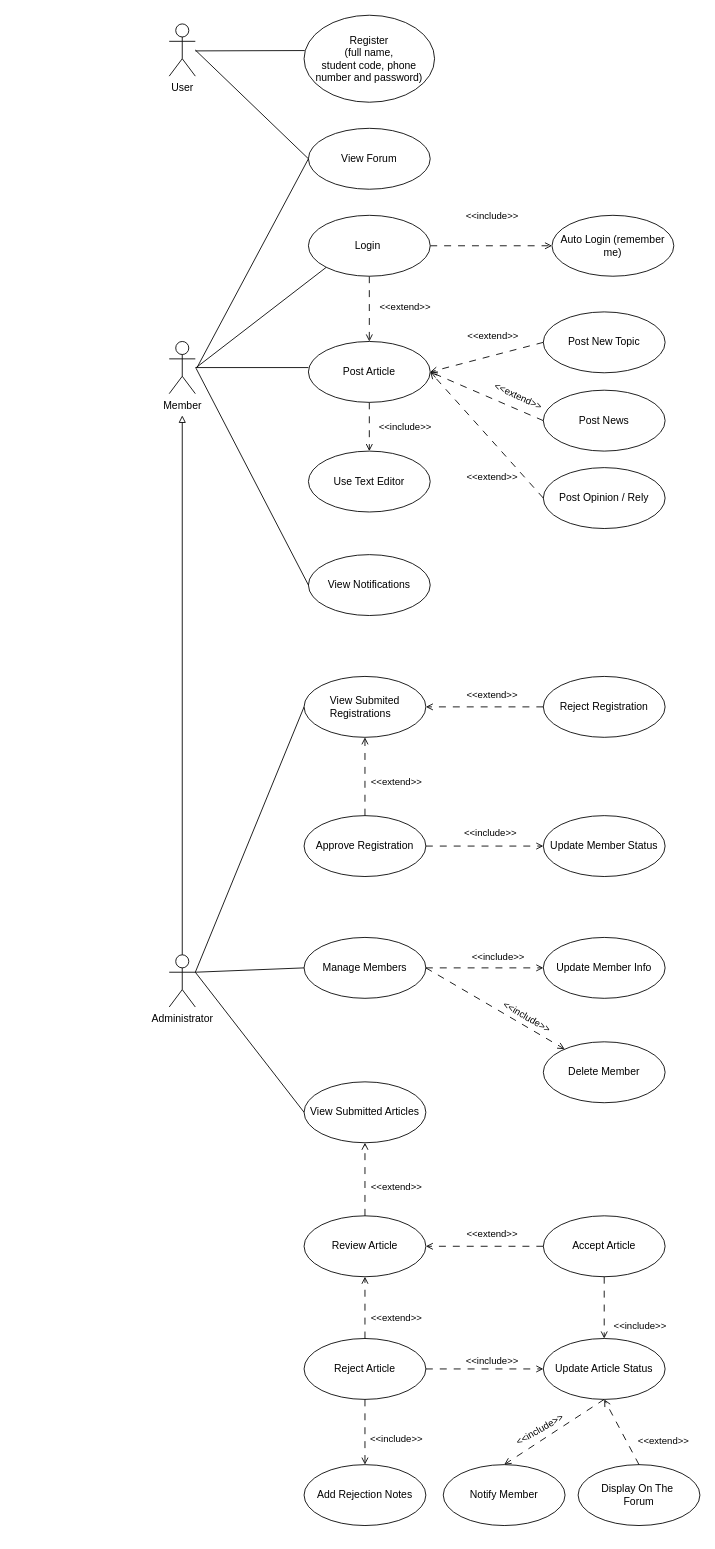
The draw.io diagram Lab1_UseCase_diagram.drawio in zombieTDV/Software-Engineer-Team1-Repo, before the edit. Source tidied: cells renumbered, new cells numbered last; positions are measured from the earlier drawing's top-left corner, leaving out a move shared by most shapes. Both pictures are drawn from the tidied source at 87%, with x=0, y=0 at pixel (169, 15).
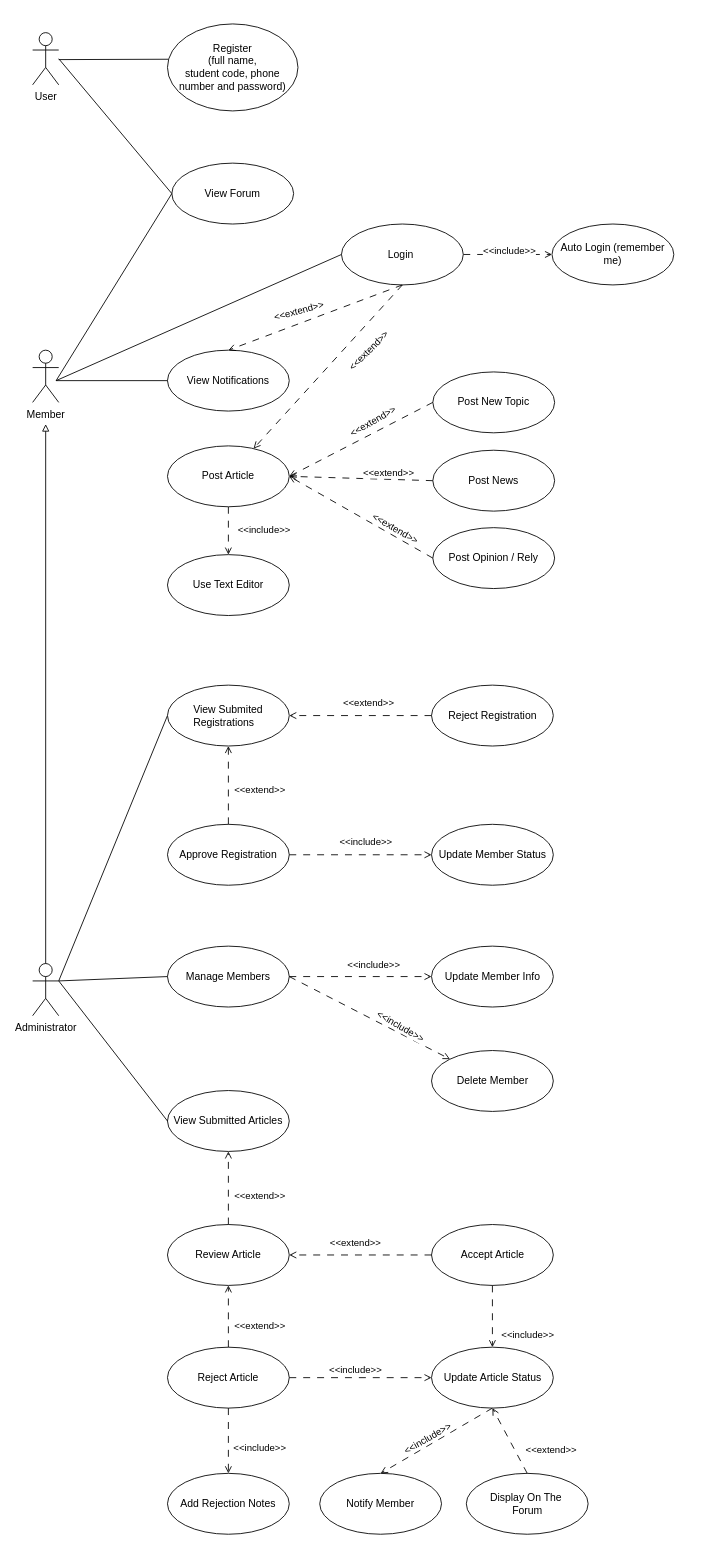
After the change.

Commit message (it also covers changes not shown here):
-Fix: Cần phải Login trước khi có thể View Notifications.

The edit, as a diff of the source:
```diff
@@
     <mxCell id="2" value="User" style="shape=umlActor;verticalLabelPosition=bottom;verticalAlign=top;html=1;" parent="1" vertex="1">
-      <mxGeometry y="10" width="30" height="60" as="geometry" />
+      <mxGeometry x="-157" y="20" width="30" height="60" as="geometry" />
     </mxCell>
     <mxCell id="3" value="View Forum" style="ellipse;whiteSpace=wrap;html=1;" parent="1" vertex="1">
-      <mxGeometry x="160" y="130" width="140" height="70" as="geometry" />
+      <mxGeometry x="3" y="170" width="140" height="70" as="geometry" />
     </mxCell>
     <mxCell id="4" value="Member" style="shape=umlActor;verticalLabelPosition=bottom;verticalAlign=top;html=1;" parent="1" vertex="1">
-      <mxGeometry y="375" width="30" height="60" as="geometry" />
+      <mxGeometry x="-157" y="385" width="30" height="60" as="geometry" />
     </mxCell>
@@
     <mxCell id="7" value="Post Article" style="ellipse;whiteSpace=wrap;html=1;" parent="1" vertex="1">
-      <mxGeometry x="160" y="375" width="140" height="70" as="geometry" />
+      <mxGeometry x="-2" y="495" width="140" height="70" as="geometry" />
     </mxCell>
-    <mxCell id="8" style="line;strokeWidth=1;fillColor=none;align=left;verticalAlign=middle;spacingTop=-1;spacingLeft=3;spacingRight=3;labelPosition=right;points=[];portConstraint=eastwest;strokeColor=inherit;" parent="1" vertex="1">
-      <mxGeometry x="30" y="401" width="130" height="8" as="geometry" />
-    </mxCell>
-    <mxCell id="9" style="rounded=0;jettySize=auto;html=1;endArrow=open;endFill=0;dashed=1;dashPattern=8 8;" parent="1" edge="1" source="12" target="7">
+    <mxCell id="9" style="rounded=0;jettySize=auto;html=1;endArrow=open;endFill=0;dashed=1;dashPattern=8 8;exitX=0.5;exitY=1;exitDx=0;exitDy=0;" parent="1" edge="1" source="12" target="7">
       <mxGeometry relative="1" as="geometry" />
     </mxCell>
-    <mxCell id="10" value="&amp;lt;&amp;lt;extend&amp;gt;&amp;gt;" style="edgeLabel;html=1;align=center;verticalAlign=middle;" parent="9" vertex="1">
+    <mxCell id="10" value="&amp;lt;&amp;lt;extend&amp;gt;&amp;gt;" style="edgeLabel;html=1;align=center;verticalAlign=middle;rotation=-45;" parent="9" vertex="1">
       <mxGeometry x="-0.36" y="1" relative="1" as="geometry">
-        <mxPoint x="39" y="10" as="offset" />
+        <mxPoint x="14" y="15" as="offset" />
       </mxGeometry>
     </mxCell>
@@
     <mxCell id="12" value="Login&amp;nbsp;" style="ellipse;whiteSpace=wrap;html=1;" parent="1" vertex="1">
-      <mxGeometry x="160" y="230" width="140" height="70" as="geometry" />
+      <mxGeometry x="198" y="240" width="140" height="70" as="geometry" />
     </mxCell>
     <mxCell id="13" value="Use Text Editor" style="ellipse;whiteSpace=wrap;html=1;" parent="1" vertex="1">
-      <mxGeometry x="160" y="501" width="140" height="70" as="geometry" />
+      <mxGeometry x="-2" y="620" width="140" height="70" as="geometry" />
     </mxCell>
     <mxCell id="14" value="Administrator" style="shape=umlActor;verticalLabelPosition=bottom;verticalAlign=top;html=1;" parent="1" vertex="1">
-      <mxGeometry y="1080" width="30" height="60" as="geometry" />
+      <mxGeometry x="-157" y="1090" width="30" height="60" as="geometry" />
     </mxCell>
     <mxCell id="15" value="View Submitted Articles" style="ellipse;whiteSpace=wrap;html=1;" parent="1" vertex="1">
-      <mxGeometry x="155" y="1226" width="140" height="70" as="geometry" />
+      <mxGeometry x="-2" y="1236" width="140" height="70" as="geometry" />
     </mxCell>
     <mxCell id="16" value="Update Member Status" style="ellipse;whiteSpace=wrap;html=1;" parent="1" vertex="1">
-      <mxGeometry x="430" y="920" width="140" height="70" as="geometry" />
+      <mxGeometry x="301.5" y="930" width="140" height="70" as="geometry" />
     </mxCell>
     <mxCell id="17" value="Register&lt;div&gt;(full name, &lt;br/&gt;student code, phone number and password)&lt;/div&gt;" style="ellipse;whiteSpace=wrap;html=1;" parent="1" vertex="1">
-      <mxGeometry x="155" width="150" height="100" as="geometry" />
+      <mxGeometry x="-2" y="10" width="150" height="100" as="geometry" />
     </mxCell>
     <mxCell id="18" style="endArrow=none;html=1;rounded=0;entryX=0.005;entryY=0.406;entryDx=0;entryDy=0;entryPerimeter=0;" parent="1" edge="1" target="17">
       <mxGeometry relative="1" as="geometry">
-        <mxPoint x="30" y="41" as="sourcePoint" />
+        <mxPoint x="-127" y="51" as="sourcePoint" />
       </mxGeometry>
     </mxCell>
-    <mxCell id="19" style="endArrow=none;html=1;rounded=0;entryX=0;entryY=1;entryDx=0;entryDy=0;" parent="1" edge="1" target="12">
+    <mxCell id="19" style="endArrow=none;html=1;rounded=0;entryX=0;entryY=0.5;entryDx=0;entryDy=0;" parent="1" edge="1" target="12">
       <mxGeometry relative="1" as="geometry">
-        <mxPoint x="31" y="405" as="sourcePoint" />
+        <mxPoint x="-130" y="420" as="sourcePoint" />
       </mxGeometry>
     </mxCell>
     <mxCell id="20" value="Auto Login (remember me)" style="ellipse;whiteSpace=wrap;html=1;" parent="1" vertex="1">
-      <mxGeometry x="440" y="230" width="140" height="70" as="geometry" />
+      <mxGeometry x="440" y="240" width="140" height="70" as="geometry" />
     </mxCell>
     <mxCell id="21" value="&amp;lt;&amp;lt;include&amp;gt;&amp;gt;" style="edgeLabel;html=1;align=center;verticalAlign=middle;" parent="1" vertex="1">
-      <mxGeometry x="370" y="230" as="geometry" />
+      <mxGeometry x="390" y="270" as="geometry" />
     </mxCell>
     <mxCell id="22" value="Post New Topic" style="ellipse;whiteSpace=wrap;html=1;" parent="1" vertex="1">
-      <mxGeometry x="430" y="341" width="140" height="70" as="geometry" />
+      <mxGeometry x="303" y="410" width="140" height="70" as="geometry" />
     </mxCell>
     <mxCell id="23" value="Post News" style="ellipse;whiteSpace=wrap;html=1;" parent="1" vertex="1">
-      <mxGeometry x="430" y="431" width="140" height="70" as="geometry" />
+      <mxGeometry x="303" y="500" width="140" height="70" as="geometry" />
     </mxCell>
     <mxCell id="24" value="Post Opinion / Rely" style="ellipse;whiteSpace=wrap;html=1;" parent="1" vertex="1">
-      <mxGeometry x="430" y="520" width="140" height="70" as="geometry" />
+      <mxGeometry x="303" y="589" width="140" height="70" as="geometry" />
     </mxCell>
@@
-    <mxCell id="28" value="&amp;lt;&amp;lt;extend&amp;gt;&amp;gt;" style="edgeLabel;html=1;align=center;verticalAlign=middle;rotation=0;" parent="1" vertex="1">
-      <mxGeometry x="370" y="360" as="geometry">
+    <mxCell id="28" value="&amp;lt;&amp;lt;extend&amp;gt;&amp;gt;" style="edgeLabel;html=1;align=center;verticalAlign=middle;rotation=-30;" parent="1" vertex="1">
+      <mxGeometry x="228" y="460" as="geometry">
         <mxPoint x="1.4" y="8.5" as="offset" />
       </mxGeometry>
     </mxCell>
-    <mxCell id="29" value="&amp;lt;&amp;lt;extend&amp;gt;&amp;gt;" style="edgeLabel;html=1;align=center;verticalAlign=middle;rotation=0;" parent="1" vertex="1">
-      <mxGeometry x="370" y="530" as="geometry" />
+    <mxCell id="29" value="&amp;lt;&amp;lt;extend&amp;gt;&amp;gt;" style="edgeLabel;html=1;align=center;verticalAlign=middle;rotation=30;" parent="1" vertex="1">
+      <mxGeometry x="260" y="589" as="geometry" />
     </mxCell>
-    <mxCell id="30" value="&amp;lt;&amp;lt;extend&amp;gt;&amp;gt;" style="edgeLabel;html=1;align=center;verticalAlign=middle;rotation=25;" parent="1" vertex="1">
-      <mxGeometry x="400" y="420" as="geometry">
+    <mxCell id="30" value="&amp;lt;&amp;lt;extend&amp;gt;&amp;gt;" style="edgeLabel;html=1;align=center;verticalAlign=middle;rotation=0;" parent="1" vertex="1">
+      <mxGeometry x="243" y="510" as="geometry">
         <mxPoint x="8.5" y="15.3" as="offset" />
       </mxGeometry>
     </mxCell>
-    <mxCell id="31" style="endArrow=none;html=1;rounded=0;entryX=0;entryY=0.5;entryDx=0;entryDy=0;exitX=0.014;exitY=0.533;exitDx=0;exitDy=0;exitPerimeter=0;" parent="1" edge="1" source="8" target="3">
-      <mxGeometry relative="1" as="geometry" />
+    <mxCell id="31" style="endArrow=none;html=1;rounded=0;entryX=0;entryY=0.5;entryDx=0;entryDy=0;" parent="1" edge="1" target="3">
+      <mxGeometry relative="1" as="geometry">
+        <mxPoint x="-130" y="420" as="sourcePoint" />
+      </mxGeometry>
     </mxCell>
     <mxCell id="32" style="endArrow=none;html=1;rounded=0;entryX=0;entryY=0.5;entryDx=0;entryDy=0;" parent="1" edge="1" target="3">
       <mxGeometry relative="1" as="geometry">
-        <mxPoint x="30" y="40" as="sourcePoint" />
+        <mxPoint x="-127" y="50" as="sourcePoint" />
       </mxGeometry>
     </mxCell>
     <mxCell id="33" value="View Notifications" style="ellipse;whiteSpace=wrap;html=1;" parent="1" vertex="1">
-      <mxGeometry x="160" y="620" width="140" height="70" as="geometry" />
+      <mxGeometry x="-2" y="385" width="140" height="70" as="geometry" />
     </mxCell>
-    <mxCell id="34" style="endArrow=none;html=1;rounded=0;entryX=0;entryY=0.5;entryDx=0;entryDy=0;exitX=0.006;exitY=0.586;exitDx=0;exitDy=0;exitPerimeter=0;" parent="1" edge="1" source="8" target="33">
-      <mxGeometry relative="1" as="geometry" />
-    </mxCell>
     <mxCell id="35" style="endArrow=block;html=1;rounded=0;exitX=0.5;exitY=0;exitDx=0;exitDy=0;exitPerimeter=0;endFill=0;" parent="1" edge="1" source="14">
       <mxGeometry relative="1" as="geometry">
-        <mxPoint x="15" y="460" as="targetPoint" />
+        <mxPoint x="-142" y="470" as="targetPoint" />
       </mxGeometry>
     </mxCell>
     <mxCell id="36" value="Approve Registration" style="ellipse;whiteSpace=wrap;html=1;" parent="1" vertex="1">
-      <mxGeometry x="155" y="920" width="140" height="70" as="geometry" />
+      <mxGeometry x="-2" y="930" width="140" height="70" as="geometry" />
     </mxCell>
     <mxCell id="37" value="Reject Registration" style="ellipse;whiteSpace=wrap;html=1;" parent="1" vertex="1">
-      <mxGeometry x="430" y="760" width="140" height="70" as="geometry" />
+      <mxGeometry x="301.5" y="770" width="140" height="70" as="geometry" />
     </mxCell>
@@
     <mxCell id="40" value="Delete Member" style="ellipse;whiteSpace=wrap;html=1;" parent="1" vertex="1">
-      <mxGeometry x="430" y="1180" width="140" height="70" as="geometry" />
+      <mxGeometry x="301.5" y="1190" width="140" height="70" as="geometry" />
     </mxCell>
     <mxCell id="41" value="Update Member Info" style="ellipse;whiteSpace=wrap;html=1;" parent="1" vertex="1">
-      <mxGeometry x="430" y="1060" width="140" height="70" as="geometry" />
+      <mxGeometry x="301.5" y="1070" width="140" height="70" as="geometry" />
     </mxCell>
     <mxCell id="42" value="Manage Members" style="ellipse;whiteSpace=wrap;html=1;" parent="1" vertex="1">
-      <mxGeometry x="155" y="1060" width="140" height="70" as="geometry" />
+      <mxGeometry x="-2" y="1070" width="140" height="70" as="geometry" />
     </mxCell>
@@
     <mxCell id="47" value="Review Article" style="ellipse;whiteSpace=wrap;html=1;" parent="1" vertex="1">
-      <mxGeometry x="155" y="1380" width="140" height="70" as="geometry" />
+      <mxGeometry x="-2" y="1390" width="140" height="70" as="geometry" />
     </mxCell>
     <mxCell id="48" value="Accept Article" style="ellipse;whiteSpace=wrap;html=1;" parent="1" vertex="1">
-      <mxGeometry x="430" y="1380" width="140" height="70" as="geometry" />
+      <mxGeometry x="301.5" y="1390" width="140" height="70" as="geometry" />
     </mxCell>
     <mxCell id="49" value="Reject Article" style="ellipse;whiteSpace=wrap;html=1;" parent="1" vertex="1">
-      <mxGeometry x="155" y="1521" width="140" height="70" as="geometry" />
+      <mxGeometry x="-2" y="1531" width="140" height="70" as="geometry" />
     </mxCell>
@@
     <mxCell id="52" value="&amp;lt;&amp;lt;extend&amp;gt;&amp;gt;" style="edgeLabel;html=1;align=center;verticalAlign=middle;rotation=0;" parent="1" vertex="1">
-      <mxGeometry x="370" y="1400" as="geometry" />
+      <mxGeometry x="213" y="1410" as="geometry" />
     </mxCell>
     <mxCell id="53" value="&amp;lt;&amp;lt;extend&amp;gt;&amp;gt;" style="edgeLabel;html=1;align=center;verticalAlign=middle;rotation=0;" parent="1" vertex="1">
-      <mxGeometry x="260" y="1496" as="geometry" />
+      <mxGeometry x="103" y="1506" as="geometry" />
     </mxCell>
     <mxCell id="54" value="Add Rejection Notes" style="ellipse;whiteSpace=wrap;html=1;" parent="1" vertex="1">
-      <mxGeometry x="155" y="1666" width="140" height="70" as="geometry" />
+      <mxGeometry x="-2" y="1676" width="140" height="70" as="geometry" />
     </mxCell>
@@
     <mxCell id="56" value="&amp;lt;&amp;lt;include&amp;gt;&amp;gt;" style="edgeLabel;html=1;align=center;verticalAlign=middle;" parent="1" vertex="1">
-      <mxGeometry x="260" y="1636" as="geometry" />
+      <mxGeometry x="103" y="1646" as="geometry" />
     </mxCell>
     <mxCell id="57" value="Notify Member" style="ellipse;whiteSpace=wrap;html=1;" parent="1" vertex="1">
-      <mxGeometry x="315" y="1666" width="140" height="70" as="geometry" />
+      <mxGeometry x="173" y="1676" width="140" height="70" as="geometry" />
     </mxCell>
     <mxCell id="58" value="Update Article Status" style="ellipse;whiteSpace=wrap;html=1;" parent="1" vertex="1">
-      <mxGeometry x="430" y="1521" width="140" height="70" as="geometry" />
+      <mxGeometry x="301.5" y="1531" width="140" height="70" as="geometry" />
     </mxCell>
@@
     <mxCell id="61" value="&amp;lt;&amp;lt;include&amp;gt;&amp;gt;" style="edgeLabel;html=1;align=center;verticalAlign=middle;rotation=0;" parent="1" vertex="1">
-      <mxGeometry x="370" y="1546" as="geometry" />
+      <mxGeometry x="213" y="1556" as="geometry" />
     </mxCell>
     <mxCell id="62" value="&amp;lt;&amp;lt;include&amp;gt;&amp;gt;" style="edgeLabel;html=1;align=center;verticalAlign=middle;" parent="1" vertex="1">
-      <mxGeometry x="540" y="1506" as="geometry" />
+      <mxGeometry x="411.5" y="1516" as="geometry" />
     </mxCell>
     <mxCell id="63" value="Display On The&amp;nbsp;&lt;div&gt;Forum&lt;/div&gt;" style="ellipse;whiteSpace=wrap;html=1;" parent="1" vertex="1">
-      <mxGeometry x="470" y="1666" width="140" height="70" as="geometry" />
+      <mxGeometry x="341.5" y="1676" width="140" height="70" as="geometry" />
     </mxCell>
     <mxCell id="64" value="&amp;lt;&amp;lt;extend&amp;gt;&amp;gt;" style="edgeLabel;html=1;align=center;verticalAlign=middle;" parent="1" vertex="1">
-      <mxGeometry x="555" y="1636" as="geometry">
+      <mxGeometry x="426.5" y="1646" as="geometry">
         <mxPoint x="12" y="2" as="offset" />
       </mxGeometry>
     </mxCell>
@@
     <mxCell id="67" value="&amp;lt;&amp;lt;include&amp;gt;&amp;gt;" style="edgeLabel;html=1;align=center;verticalAlign=middle;rotation=-30;" parent="1" vertex="1">
-      <mxGeometry x="425" y="1626" as="geometry" />
+      <mxGeometry x="296.5" y="1636" as="geometry" />
     </mxCell>
@@
     <mxCell id="71" value="&amp;lt;&amp;lt;extend&amp;gt;&amp;gt;" style="edgeLabel;html=1;align=center;verticalAlign=middle;rotation=0;" parent="1" vertex="1">
-      <mxGeometry x="260" y="1346" as="geometry" />
+      <mxGeometry x="103" y="1356" as="geometry" />
     </mxCell>
     <mxCell id="72" value="View Submited Registrations&lt;span style=&quot;white-space: pre;&quot;&gt;&#9;&lt;/span&gt;" style="ellipse;whiteSpace=wrap;html=1;" parent="1" vertex="1">
-      <mxGeometry x="155" y="760" width="140" height="70" as="geometry" />
+      <mxGeometry x="-2" y="770" width="140" height="70" as="geometry" />
     </mxCell>
@@
     <mxCell id="75" value="&amp;lt;&amp;lt;extend&amp;gt;&amp;gt;" style="edgeLabel;html=1;align=center;verticalAlign=middle;rotation=0;" parent="1" vertex="1">
-      <mxGeometry x="370" y="780" as="geometry" />
+      <mxGeometry x="228" y="790" as="geometry" />
     </mxCell>
@@
     <mxCell id="77" value="&amp;lt;&amp;lt;extend&amp;gt;&amp;gt;" style="edgeLabel;html=1;align=center;verticalAlign=middle;rotation=0;" parent="1" vertex="1">
-      <mxGeometry x="260" y="880" as="geometry" />
+      <mxGeometry x="103" y="890" as="geometry" />
     </mxCell>
+    <mxCell id="78" style="endArrow=none;html=1;rounded=0;entryX=0;entryY=0.5;entryDx=0;entryDy=0;" parent="1" edge="1" target="33">
+      <mxGeometry relative="1" as="geometry">
+        <mxPoint x="-130" y="420" as="sourcePoint" />
+      </mxGeometry>
+    </mxCell>
+    <mxCell id="79" style="rounded=0;jettySize=auto;html=1;endArrow=open;endFill=0;dashed=1;dashPattern=8 8;entryX=0.5;entryY=0;entryDx=0;entryDy=0;exitX=0.5;exitY=1;exitDx=0;exitDy=0;" parent="1" edge="1" source="12" target="33">
+      <mxGeometry relative="1" as="geometry" />
+    </mxCell>
+    <mxCell id="80" value="&amp;lt;&amp;lt;extend&amp;gt;&amp;gt;" style="edgeLabel;html=1;align=center;verticalAlign=middle;rotation=-15;" parent="79" vertex="1">
+      <mxGeometry x="-0.36" y="1" relative="1" as="geometry">
+        <mxPoint x="-56" y="5" as="offset" />
+      </mxGeometry>
+    </mxCell>
```
